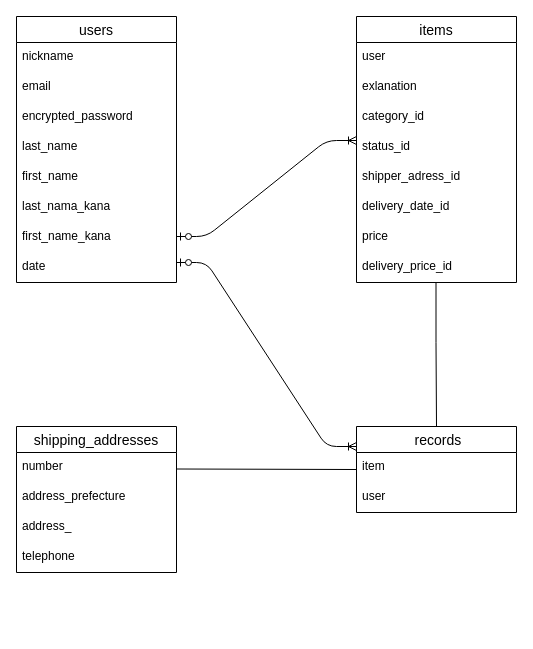
This is draw.dio from yhirokane17/furima-39331, a draw.io file, before an edit. Source tidied: cells renumbered, new cells numbered last; positions are measured from the earlier drawing's top-left corner, leaving out a move shared by most shapes. Both pictures are drawn from the tidied source at 100%, with x=0, y=0 at pixel (16, 16).
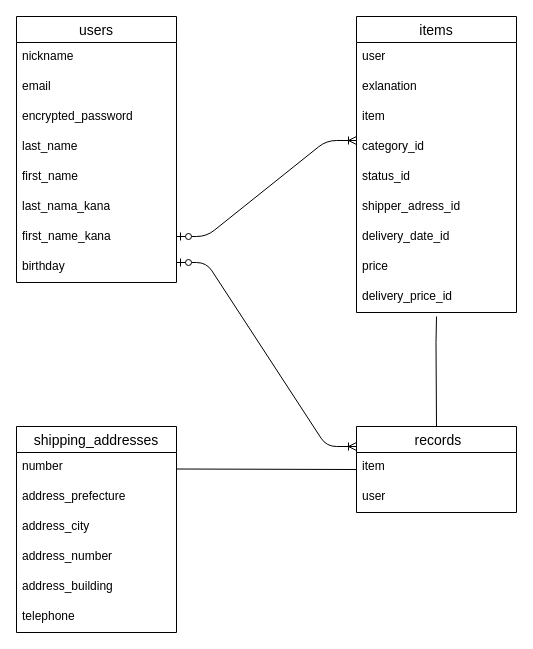
The same page after the edit.

Commit message (it also covers changes not shown here):
データベース修正②

Unchanged cells that the change refers to:
```xml
<mxCell id="2" value="users" style="swimlane;fontStyle=0;horizontal=1;startSize=26;align=center;fontSize=14;" parent="1" vertex="1">
  <mxGeometry width="160" height="266" as="geometry" />
</mxCell>
<mxCell id="20" value=" records" style="swimlane;fontStyle=0;horizontal=1;startSize=26;align=center;fontSize=14;" parent="1" vertex="1">
  <mxGeometry x="340" y="410" width="160" height="86" as="geometry" />
</mxCell>
```

The edit, as a diff of the source:
```diff
@@
-    <mxCell id="10" value="date" style="text;strokeColor=none;fillColor=none;spacingLeft=4;spacingRight=4;overflow=hidden;fontSize=12;" parent="2" vertex="1">
+    <mxCell id="10" value="birthday" style="text;strokeColor=none;fillColor=none;spacingLeft=4;spacingRight=4;overflow=hidden;fontSize=12;" parent="2" vertex="1">
       <mxGeometry y="236" width="160" height="30" as="geometry" />
     </mxCell>
     <mxCell id="11" value="items" style="swimlane;fontStyle=0;horizontal=1;startSize=26;align=center;fontSize=14;" parent="1" vertex="1">
-      <mxGeometry x="340" width="160" height="266" as="geometry" />
+      <mxGeometry x="340" width="160" height="296" as="geometry" />
     </mxCell>
@@
+    <mxCell id="32" value="item" style="text;strokeColor=none;fillColor=none;spacingLeft=4;spacingRight=4;overflow=hidden;fontSize=12;" parent="11" vertex="1">
+      <mxGeometry y="86" width="160" height="30" as="geometry" />
+    </mxCell>
     <mxCell id="14" value="category_id" style="text;strokeColor=none;fillColor=none;spacingLeft=4;spacingRight=4;overflow=hidden;fontSize=12;" parent="11" vertex="1">
-      <mxGeometry y="86" width="160" height="30" as="geometry" />
+      <mxGeometry y="116" width="160" height="30" as="geometry" />
     </mxCell>
     <mxCell id="15" value="status_id" style="text;strokeColor=none;fillColor=none;spacingLeft=4;spacingRight=4;overflow=hidden;fontSize=12;" parent="11" vertex="1">
-      <mxGeometry y="116" width="160" height="30" as="geometry" />
+      <mxGeometry y="146" width="160" height="30" as="geometry" />
     </mxCell>
     <mxCell id="16" value="shipper_adress_id" style="text;strokeColor=none;fillColor=none;spacingLeft=4;spacingRight=4;overflow=hidden;fontSize=12;" parent="11" vertex="1">
-      <mxGeometry y="146" width="160" height="30" as="geometry" />
+      <mxGeometry y="176" width="160" height="30" as="geometry" />
     </mxCell>
     <mxCell id="17" value="delivery_date_id" style="text;strokeColor=none;fillColor=none;spacingLeft=4;spacingRight=4;overflow=hidden;fontSize=12;" parent="11" vertex="1">
-      <mxGeometry y="176" width="160" height="30" as="geometry" />
+      <mxGeometry y="206" width="160" height="30" as="geometry" />
     </mxCell>
     <mxCell id="18" value="price" style="text;strokeColor=none;fillColor=none;spacingLeft=4;spacingRight=4;overflow=hidden;fontSize=12;" parent="11" vertex="1">
-      <mxGeometry y="206" width="160" height="30" as="geometry" />
+      <mxGeometry y="236" width="160" height="30" as="geometry" />
     </mxCell>
     <mxCell id="19" value="delivery_price_id" style="text;strokeColor=none;fillColor=none;spacingLeft=4;spacingRight=4;overflow=hidden;fontSize=12;" parent="11" vertex="1">
-      <mxGeometry y="236" width="160" height="30" as="geometry" />
+      <mxGeometry y="266" width="160" height="30" as="geometry" />
     </mxCell>
@@
     <mxCell id="23" value="shipping_addresses" style="swimlane;fontStyle=0;horizontal=1;startSize=26;align=center;fontSize=14;" parent="1" vertex="1">
-      <mxGeometry y="410" width="160" height="146" as="geometry" />
+      <mxGeometry y="410" width="160" height="206" as="geometry" />
     </mxCell>
@@
-    <mxCell id="26" value="address_" style="text;strokeColor=none;fillColor=none;spacingLeft=4;spacingRight=4;overflow=hidden;fontSize=12;" parent="23" vertex="1">
+    <mxCell id="26" value="address_city" style="text;strokeColor=none;fillColor=none;spacingLeft=4;spacingRight=4;overflow=hidden;fontSize=12;" parent="23" vertex="1">
       <mxGeometry y="86" width="160" height="30" as="geometry" />
     </mxCell>
+    <mxCell id="33" value="address_number" style="text;strokeColor=none;fillColor=none;spacingLeft=4;spacingRight=4;overflow=hidden;fontSize=12;" parent="23" vertex="1">
+      <mxGeometry y="116" width="160" height="30" as="geometry" />
+    </mxCell>
+    <mxCell id="34" value="address_building" style="text;strokeColor=none;fillColor=none;spacingLeft=4;spacingRight=4;overflow=hidden;fontSize=12;" parent="23" vertex="1">
+      <mxGeometry y="146" width="160" height="30" as="geometry" />
+    </mxCell>
     <mxCell id="27" value="telephone" style="text;strokeColor=none;fillColor=none;spacingLeft=4;spacingRight=4;overflow=hidden;fontSize=12;" parent="23" vertex="1">
-      <mxGeometry y="116" width="160" height="30" as="geometry" />
+      <mxGeometry y="176" width="160" height="30" as="geometry" />
     </mxCell>
     <mxCell id="28" style="endArrow=none;html=1;rounded=0;entryX=0.5;entryY=0;entryDx=0;entryDy=0;" parent="1" edge="1" target="20">
       <mxGeometry relative="1" as="geometry">
-        <mxPoint x="419.5" y="266" as="sourcePoint" />
+        <mxPoint x="420" y="300" as="sourcePoint" />
         <Array as="points">
           <mxPoint x="419.5" y="326" />
         </Array>
       </mxGeometry>
     </mxCell>
```
